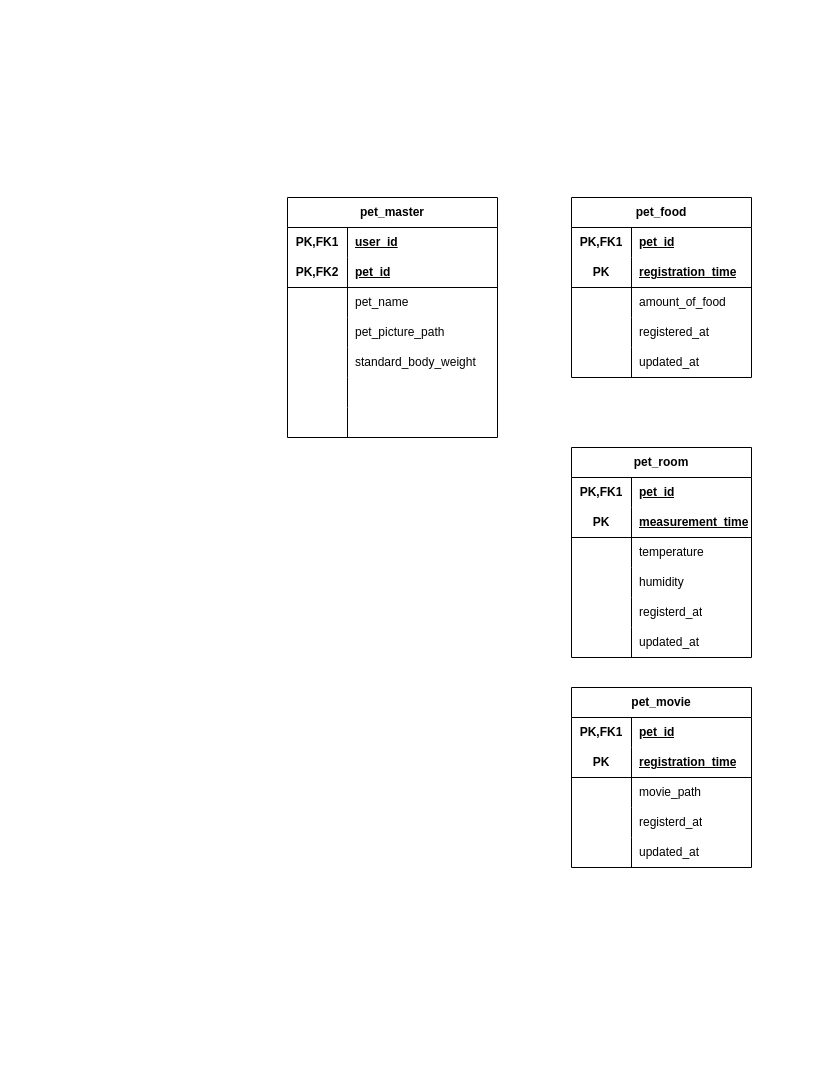
This is ER.drawio from knysi3/nas, a draw.io file, before an edit. Source tidied: cells renumbered, new cells numbered last; positions are measured from the earlier drawing's top-left corner, leaving out a move shared by most shapes. Both pictures are drawn from the tidied source at 100%, with x=0, y=0 at pixel (287, 197).
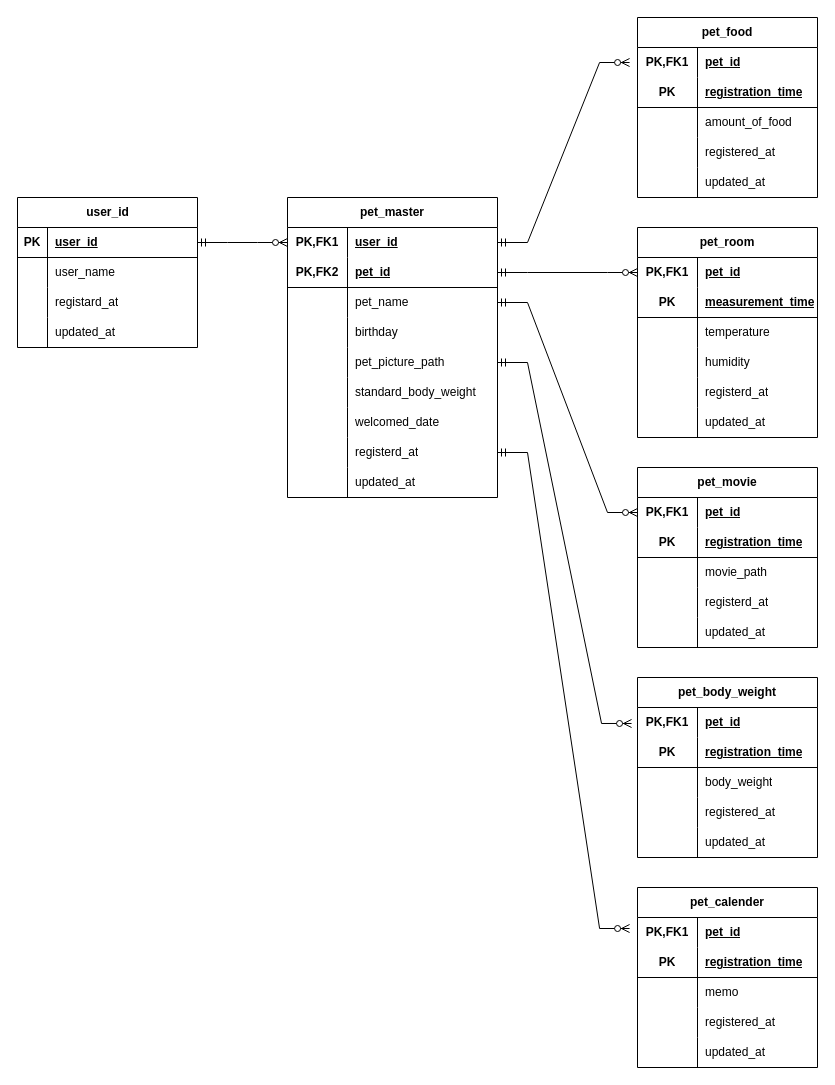
The same page after the edit.

Commit message (it also covers changes not shown here):
ER.drawio を更新します

Unchanged cells that the change refers to:
```xml
<mxCell id="3" style="shape=tableRow;horizontal=0;startSize=0;swimlaneHead=0;swimlaneBody=0;fillColor=none;points=[[0,0.5],[1,0.5]];portConstraint=eastwest;top=0;left=0;right=0;bottom=0;html=1;" parent="2" vertex="1">
  <mxGeometry y="30" width="210" height="30" as="geometry" />
</mxCell>
<mxCell id="6" style="shape=tableRow;horizontal=0;startSize=0;swimlaneHead=0;swimlaneBody=0;fillColor=none;points=[[0,0.5],[1,0.5]];portConstraint=eastwest;top=0;left=0;right=0;bottom=1;html=1;" parent="2" vertex="1">
  <mxGeometry y="60" width="210" height="30" as="geometry" />
</mxCell>
<mxCell id="9" style="shape=tableRow;horizontal=0;startSize=0;swimlaneHead=0;swimlaneBody=0;fillColor=none;points=[[0,0.5],[1,0.5]];portConstraint=eastwest;top=0;left=0;right=0;bottom=0;html=1;" parent="2" vertex="1">
  <mxGeometry y="90" width="210" height="30" as="geometry" />
</mxCell>
<mxCell id="25" style="shape=tableRow;horizontal=0;startSize=0;swimlaneHead=0;swimlaneBody=0;fillColor=none;points=[[0,0.5],[1,0.5]];portConstraint=eastwest;top=0;left=0;right=0;bottom=0;html=1;" parent="24" vertex="1">
  <mxGeometry y="30" width="180" height="30" as="geometry" />
</mxCell>
<mxCell id="41" style="shape=tableRow;horizontal=0;startSize=0;swimlaneHead=0;swimlaneBody=0;fillColor=none;points=[[0,0.5],[1,0.5]];portConstraint=eastwest;top=0;left=0;right=0;bottom=0;html=1;" parent="40" vertex="1">
  <mxGeometry y="30" width="180" height="30" as="geometry" />
</mxCell>
<mxCell id="60" style="shape=tableRow;horizontal=0;startSize=0;swimlaneHead=0;swimlaneBody=0;fillColor=none;points=[[0,0.5],[1,0.5]];portConstraint=eastwest;top=0;left=0;right=0;bottom=0;html=1;" parent="59" vertex="1">
  <mxGeometry y="30" width="180" height="30" as="geometry" />
</mxCell>
```

What changed in the source:
```diff
@@
     <mxCell id="2" value="pet_master" style="shape=table;startSize=30;childLayout=tableLayout;rowLines=0;fontStyle=1;align=center;html=1;whiteSpace=wrap;" parent="1" vertex="1">
-      <mxGeometry width="210" height="240" as="geometry" />
+      <mxGeometry width="210" height="300" as="geometry" />
     </mxCell>
@@
+    <mxCell id="75" style="shape=tableRow;horizontal=0;startSize=0;swimlaneHead=0;swimlaneBody=0;fillColor=none;top=0;left=0;right=0;bottom=0;html=1;" parent="2" vertex="1">
+      <mxGeometry y="120" width="210" height="30" as="geometry" />
+    </mxCell>
+    <mxCell id="76" style="shape=partialRectangle;fillColor=none;top=0;left=0;bottom=0;right=0;overflow=hidden;html=1;whiteSpace=wrap;" parent="75" vertex="1">
+      <mxGeometry width="60" height="30" as="geometry" />
+    </mxCell>
+    <mxCell id="77" value="birthday" style="shape=partialRectangle;fillColor=none;top=0;left=0;bottom=0;right=0;align=left;spacingLeft=6;overflow=hidden;html=1;whiteSpace=wrap;" parent="75" vertex="1">
+      <mxGeometry x="60" width="150" height="30" as="geometry" />
+    </mxCell>
     <mxCell id="12" style="shape=tableRow;horizontal=0;startSize=0;swimlaneHead=0;swimlaneBody=0;fillColor=none;points=[[0,0.5],[1,0.5]];portConstraint=eastwest;top=0;left=0;right=0;bottom=0;html=1;" parent="2" vertex="1">
-      <mxGeometry y="120" width="210" height="30" as="geometry" />
+      <mxGeometry y="150" width="210" height="30" as="geometry" />
     </mxCell>
@@
     <mxCell id="15" style="shape=tableRow;horizontal=0;startSize=0;swimlaneHead=0;swimlaneBody=0;fillColor=none;top=0;left=0;right=0;bottom=0;html=1;" parent="2" vertex="1">
-      <mxGeometry y="150" width="210" height="30" as="geometry" />
+      <mxGeometry y="180" width="210" height="30" as="geometry" />
     </mxCell>
@@
+    <mxCell id="78" style="shape=tableRow;horizontal=0;startSize=0;swimlaneHead=0;swimlaneBody=0;fillColor=none;top=0;left=0;right=0;bottom=0;html=1;" parent="2" vertex="1">
+      <mxGeometry y="210" width="210" height="30" as="geometry" />
+    </mxCell>
+    <mxCell id="79" style="shape=partialRectangle;fillColor=none;top=0;left=0;bottom=0;right=0;overflow=hidden;html=1;whiteSpace=wrap;" parent="78" vertex="1">
+      <mxGeometry width="60" height="30" as="geometry" />
+    </mxCell>
+    <mxCell id="80" value="welcomed_date" style="shape=partialRectangle;fillColor=none;top=0;left=0;bottom=0;right=0;align=left;spacingLeft=6;overflow=hidden;html=1;whiteSpace=wrap;" parent="78" vertex="1">
+      <mxGeometry x="60" width="150" height="30" as="geometry" />
+    </mxCell>
     <mxCell id="18" style="shape=tableRow;horizontal=0;startSize=0;swimlaneHead=0;swimlaneBody=0;fillColor=none;points=[[0,0.5],[1,0.5]];portConstraint=eastwest;top=0;left=0;right=0;bottom=0;html=1;" parent="2" vertex="1">
-      <mxGeometry y="180" width="210" height="30" as="geometry" />
+      <mxGeometry y="240" width="210" height="30" as="geometry" />
     </mxCell>
@@
-    <mxCell id="20" style="shape=partialRectangle;fillColor=none;top=0;left=0;bottom=0;right=0;align=left;spacingLeft=6;overflow=hidden;html=1;whiteSpace=wrap;" parent="18" vertex="1">
+    <mxCell id="20" value="registerd_at" style="shape=partialRectangle;fillColor=none;top=0;left=0;bottom=0;right=0;align=left;spacingLeft=6;overflow=hidden;html=1;whiteSpace=wrap;" parent="18" vertex="1">
       <mxGeometry x="60" width="150" height="30" as="geometry" />
     </mxCell>
     <mxCell id="21" style="shape=tableRow;horizontal=0;startSize=0;swimlaneHead=0;swimlaneBody=0;fillColor=none;top=0;left=0;right=0;bottom=0;html=1;" parent="2" vertex="1">
-      <mxGeometry y="210" width="210" height="30" as="geometry" />
+      <mxGeometry y="270" width="210" height="30" as="geometry" />
     </mxCell>
@@
-    <mxCell id="23" style="shape=partialRectangle;fillColor=none;top=0;left=0;bottom=0;right=0;align=left;spacingLeft=6;overflow=hidden;html=1;whiteSpace=wrap;" parent="21" vertex="1">
+    <mxCell id="23" value="updated_at" style="shape=partialRectangle;fillColor=none;top=0;left=0;bottom=0;right=0;align=left;spacingLeft=6;overflow=hidden;html=1;whiteSpace=wrap;" parent="21" vertex="1">
       <mxGeometry x="60" width="150" height="30" as="geometry" />
     </mxCell>
     <mxCell id="24" value="pet_food" style="shape=table;startSize=30;childLayout=tableLayout;rowLines=0;fontStyle=1;align=center;html=1;whiteSpace=wrap;" parent="1" vertex="1">
-      <mxGeometry x="284" width="180" height="180" as="geometry" />
+      <mxGeometry x="350" y="-180" width="180" height="180" as="geometry" />
     </mxCell>
@@
     <mxCell id="40" value="pet_room" style="shape=table;startSize=30;childLayout=tableLayout;rowLines=0;fontStyle=1;align=center;html=1;whiteSpace=wrap;" parent="1" vertex="1">
-      <mxGeometry x="284" y="250" width="180" height="210" as="geometry" />
+      <mxGeometry x="350" y="30" width="180" height="210" as="geometry" />
     </mxCell>
@@
     <mxCell id="59" value="pet_movie" style="shape=table;startSize=30;childLayout=tableLayout;rowLines=0;fontStyle=1;align=center;html=1;whiteSpace=wrap;" parent="1" vertex="1">
-      <mxGeometry x="284" y="490" width="180" height="180" as="geometry" />
+      <mxGeometry x="350" y="270" width="180" height="180" as="geometry" />
     </mxCell>
@@
+    <mxCell id="81" value="pet_calender" style="shape=table;startSize=30;childLayout=tableLayout;rowLines=0;fontStyle=1;align=center;html=1;whiteSpace=wrap;" parent="1" vertex="1">
+      <mxGeometry x="350" y="690" width="180" height="180" as="geometry" />
+    </mxCell>
+    <mxCell id="82" style="shape=tableRow;horizontal=0;startSize=0;swimlaneHead=0;swimlaneBody=0;fillColor=none;points=[[0,0.5],[1,0.5]];portConstraint=eastwest;top=0;left=0;right=0;bottom=0;html=1;" parent="81" vertex="1">
+      <mxGeometry y="30" width="180" height="30" as="geometry" />
+    </mxCell>
+    <mxCell id="83" value="PK,FK1" style="shape=partialRectangle;fillColor=none;top=0;left=0;bottom=0;right=0;fontStyle=1;overflow=hidden;html=1;whiteSpace=wrap;" parent="82" vertex="1">
+      <mxGeometry width="60" height="30" as="geometry" />
+    </mxCell>
+    <mxCell id="84" value="pet_id" style="shape=partialRectangle;fillColor=none;top=0;left=0;bottom=0;right=0;align=left;spacingLeft=6;fontStyle=5;overflow=hidden;html=1;whiteSpace=wrap;" parent="82" vertex="1">
+      <mxGeometry x="60" width="120" height="30" as="geometry" />
+    </mxCell>
+    <mxCell id="85" style="shape=tableRow;horizontal=0;startSize=0;swimlaneHead=0;swimlaneBody=0;fillColor=none;top=0;left=0;right=0;bottom=1;html=1;" parent="81" vertex="1">
+      <mxGeometry y="60" width="180" height="30" as="geometry" />
+    </mxCell>
+    <mxCell id="86" value="PK" style="shape=partialRectangle;fillColor=none;top=0;left=0;bottom=0;right=0;fontStyle=1;overflow=hidden;html=1;whiteSpace=wrap;" parent="85" vertex="1">
+      <mxGeometry width="60" height="30" as="geometry" />
+    </mxCell>
+    <mxCell id="87" value="registration_time" style="shape=partialRectangle;fillColor=none;top=0;left=0;bottom=0;right=0;align=left;spacingLeft=6;fontStyle=5;overflow=hidden;html=1;whiteSpace=wrap;" parent="85" vertex="1">
+      <mxGeometry x="60" width="120" height="30" as="geometry" />
+    </mxCell>
+    <mxCell id="88" style="shape=tableRow;horizontal=0;startSize=0;swimlaneHead=0;swimlaneBody=0;fillColor=none;top=0;left=0;right=0;bottom=0;html=1;" parent="81" vertex="1">
+      <mxGeometry y="90" width="180" height="30" as="geometry" />
+    </mxCell>
+    <mxCell id="89" style="shape=partialRectangle;fillColor=none;top=0;left=0;bottom=0;right=0;overflow=hidden;html=1;whiteSpace=wrap;" parent="88" vertex="1">
+      <mxGeometry width="60" height="30" as="geometry" />
+    </mxCell>
+    <mxCell id="90" value="memo" style="shape=partialRectangle;fillColor=none;top=0;left=0;bottom=0;right=0;align=left;spacingLeft=6;overflow=hidden;html=1;whiteSpace=wrap;" parent="88" vertex="1">
+      <mxGeometry x="60" width="120" height="30" as="geometry" />
+    </mxCell>
+    <mxCell id="91" style="shape=tableRow;horizontal=0;startSize=0;swimlaneHead=0;swimlaneBody=0;fillColor=none;top=0;left=0;right=0;bottom=0;html=1;" parent="81" vertex="1">
+      <mxGeometry y="120" width="180" height="30" as="geometry" />
+    </mxCell>
+    <mxCell id="92" style="shape=partialRectangle;fillColor=none;top=0;left=0;bottom=0;right=0;overflow=hidden;html=1;whiteSpace=wrap;" parent="91" vertex="1">
+      <mxGeometry width="60" height="30" as="geometry" />
+    </mxCell>
+    <mxCell id="93" value="registered_at" style="shape=partialRectangle;fillColor=none;top=0;left=0;bottom=0;right=0;align=left;spacingLeft=6;overflow=hidden;html=1;whiteSpace=wrap;" parent="91" vertex="1">
+      <mxGeometry x="60" width="120" height="30" as="geometry" />
+    </mxCell>
+    <mxCell id="94" style="shape=tableRow;horizontal=0;startSize=0;swimlaneHead=0;swimlaneBody=0;fillColor=none;top=0;left=0;right=0;bottom=0;html=1;" parent="81" vertex="1">
+      <mxGeometry y="150" width="180" height="30" as="geometry" />
+    </mxCell>
+    <mxCell id="95" style="shape=partialRectangle;fillColor=none;top=0;left=0;bottom=0;right=0;overflow=hidden;html=1;whiteSpace=wrap;" parent="94" vertex="1">
+      <mxGeometry width="60" height="30" as="geometry" />
+    </mxCell>
+    <mxCell id="96" value="updated_at" style="shape=partialRectangle;fillColor=none;top=0;left=0;bottom=0;right=0;align=left;spacingLeft=6;overflow=hidden;html=1;whiteSpace=wrap;" parent="94" vertex="1">
+      <mxGeometry x="60" width="120" height="30" as="geometry" />
+    </mxCell>
+    <mxCell id="97" value="pet_body_weight" style="shape=table;startSize=30;childLayout=tableLayout;rowLines=0;fontStyle=1;align=center;html=1;whiteSpace=wrap;" parent="1" vertex="1">
+      <mxGeometry x="350" y="480" width="180" height="180" as="geometry" />
+    </mxCell>
+    <mxCell id="98" style="shape=tableRow;horizontal=0;startSize=0;swimlaneHead=0;swimlaneBody=0;fillColor=none;points=[[0,0.5],[1,0.5]];portConstraint=eastwest;top=0;left=0;right=0;bottom=0;html=1;" parent="97" vertex="1">
+      <mxGeometry y="30" width="180" height="30" as="geometry" />
+    </mxCell>
+    <mxCell id="99" value="PK,FK1" style="shape=partialRectangle;fillColor=none;top=0;left=0;bottom=0;right=0;fontStyle=1;overflow=hidden;html=1;whiteSpace=wrap;" parent="98" vertex="1">
+      <mxGeometry width="60" height="30" as="geometry" />
+    </mxCell>
+    <mxCell id="100" value="pet_id" style="shape=partialRectangle;fillColor=none;top=0;left=0;bottom=0;right=0;align=left;spacingLeft=6;fontStyle=5;overflow=hidden;html=1;whiteSpace=wrap;" parent="98" vertex="1">
+      <mxGeometry x="60" width="120" height="30" as="geometry" />
+    </mxCell>
+    <mxCell id="101" style="shape=tableRow;horizontal=0;startSize=0;swimlaneHead=0;swimlaneBody=0;fillColor=none;top=0;left=0;right=0;bottom=1;html=1;" parent="97" vertex="1">
+      <mxGeometry y="60" width="180" height="30" as="geometry" />
+    </mxCell>
+    <mxCell id="102" value="PK" style="shape=partialRectangle;fillColor=none;top=0;left=0;bottom=0;right=0;fontStyle=1;overflow=hidden;html=1;whiteSpace=wrap;" parent="101" vertex="1">
+      <mxGeometry width="60" height="30" as="geometry" />
+    </mxCell>
+    <mxCell id="103" value="registration_time" style="shape=partialRectangle;fillColor=none;top=0;left=0;bottom=0;right=0;align=left;spacingLeft=6;fontStyle=5;overflow=hidden;html=1;whiteSpace=wrap;" parent="101" vertex="1">
+      <mxGeometry x="60" width="120" height="30" as="geometry" />
+    </mxCell>
+    <mxCell id="104" style="shape=tableRow;horizontal=0;startSize=0;swimlaneHead=0;swimlaneBody=0;fillColor=none;top=0;left=0;right=0;bottom=0;html=1;" parent="97" vertex="1">
+      <mxGeometry y="90" width="180" height="30" as="geometry" />
+    </mxCell>
+    <mxCell id="105" style="shape=partialRectangle;fillColor=none;top=0;left=0;bottom=0;right=0;overflow=hidden;html=1;whiteSpace=wrap;" parent="104" vertex="1">
+      <mxGeometry width="60" height="30" as="geometry" />
+    </mxCell>
+    <mxCell id="106" value="body_weight" style="shape=partialRectangle;fillColor=none;top=0;left=0;bottom=0;right=0;align=left;spacingLeft=6;overflow=hidden;html=1;whiteSpace=wrap;" parent="104" vertex="1">
+      <mxGeometry x="60" width="120" height="30" as="geometry" />
+    </mxCell>
+    <mxCell id="107" style="shape=tableRow;horizontal=0;startSize=0;swimlaneHead=0;swimlaneBody=0;fillColor=none;top=0;left=0;right=0;bottom=0;html=1;" parent="97" vertex="1">
+      <mxGeometry y="120" width="180" height="30" as="geometry" />
+    </mxCell>
+    <mxCell id="108" style="shape=partialRectangle;fillColor=none;top=0;left=0;bottom=0;right=0;overflow=hidden;html=1;whiteSpace=wrap;" parent="107" vertex="1">
+      <mxGeometry width="60" height="30" as="geometry" />
+    </mxCell>
+    <mxCell id="109" value="registered_at" style="shape=partialRectangle;fillColor=none;top=0;left=0;bottom=0;right=0;align=left;spacingLeft=6;overflow=hidden;html=1;whiteSpace=wrap;" parent="107" vertex="1">
+      <mxGeometry x="60" width="120" height="30" as="geometry" />
+    </mxCell>
+    <mxCell id="110" style="shape=tableRow;horizontal=0;startSize=0;swimlaneHead=0;swimlaneBody=0;fillColor=none;top=0;left=0;right=0;bottom=0;html=1;" parent="97" vertex="1">
+      <mxGeometry y="150" width="180" height="30" as="geometry" />
+    </mxCell>
+    <mxCell id="111" style="shape=partialRectangle;fillColor=none;top=0;left=0;bottom=0;right=0;overflow=hidden;html=1;whiteSpace=wrap;" parent="110" vertex="1">
+      <mxGeometry width="60" height="30" as="geometry" />
+    </mxCell>
+    <mxCell id="112" value="updated_at" style="shape=partialRectangle;fillColor=none;top=0;left=0;bottom=0;right=0;align=left;spacingLeft=6;overflow=hidden;html=1;whiteSpace=wrap;" parent="110" vertex="1">
+      <mxGeometry x="60" width="120" height="30" as="geometry" />
+    </mxCell>
+    <mxCell id="113" style="edgeStyle=entityRelationEdgeStyle;fontSize=12;html=1;endArrow=ERzeroToMany;startArrow=ERmandOne;rounded=0;exitX=1;exitY=0.5;exitDx=0;exitDy=0;entryX=-0.044;entryY=0.5;entryDx=0;entryDy=0;entryPerimeter=0;" parent="1" edge="1" source="3" target="25">
+      <mxGeometry relative="1" as="geometry" />
+    </mxCell>
+    <mxCell id="114" style="edgeStyle=entityRelationEdgeStyle;fontSize=12;html=1;endArrow=ERzeroToMany;startArrow=ERmandOne;rounded=0;exitX=1;exitY=0.5;exitDx=0;exitDy=0;entryX=0;entryY=0.5;entryDx=0;entryDy=0;" parent="1" edge="1" source="6" target="41">
+      <mxGeometry relative="1" as="geometry" />
+    </mxCell>
+    <mxCell id="115" style="edgeStyle=entityRelationEdgeStyle;fontSize=12;html=1;endArrow=ERzeroToMany;startArrow=ERmandOne;rounded=0;exitX=1;exitY=0.5;exitDx=0;exitDy=0;entryX=-0.044;entryY=0.367;entryDx=0;entryDy=0;entryPerimeter=0;" parent="1" edge="1" source="18" target="82">
+      <mxGeometry relative="1" as="geometry" />
+    </mxCell>
+    <mxCell id="116" style="edgeStyle=entityRelationEdgeStyle;fontSize=12;html=1;endArrow=ERzeroToMany;startArrow=ERmandOne;rounded=0;exitX=1;exitY=0.5;exitDx=0;exitDy=0;entryX=-0.033;entryY=0.533;entryDx=0;entryDy=0;entryPerimeter=0;" parent="1" edge="1" source="12" target="98">
+      <mxGeometry relative="1" as="geometry" />
+    </mxCell>
+    <mxCell id="117" style="edgeStyle=entityRelationEdgeStyle;fontSize=12;html=1;endArrow=ERzeroToMany;startArrow=ERmandOne;rounded=0;exitX=1;exitY=0.5;exitDx=0;exitDy=0;entryX=0;entryY=0.5;entryDx=0;entryDy=0;" parent="1" edge="1" source="9" target="60">
+      <mxGeometry relative="1" as="geometry" />
+    </mxCell>
+    <mxCell id="118" value="user_id" style="shape=table;startSize=30;childLayout=tableLayout;rowLines=0;fontStyle=1;align=center;html=1;" parent="1" vertex="1">
+      <mxGeometry x="-270" width="180" height="150" as="geometry" />
+    </mxCell>
+    <mxCell id="119" style="shape=tableRow;horizontal=0;startSize=0;swimlaneHead=0;swimlaneBody=0;fillColor=none;points=[[0,0.5],[1,0.5]];portConstraint=eastwest;top=0;left=0;right=0;bottom=1;" parent="118" vertex="1">
+      <mxGeometry y="30" width="180" height="30" as="geometry" />
+    </mxCell>
+    <mxCell id="120" value="PK" style="shape=partialRectangle;fillColor=none;top=0;left=0;bottom=0;right=0;fontStyle=1;overflow=hidden;whiteSpace=wrap;html=1;" parent="119" vertex="1">
+      <mxGeometry width="30" height="30" as="geometry" />
+    </mxCell>
+    <mxCell id="121" value="user_id" style="shape=partialRectangle;fillColor=none;top=0;left=0;bottom=0;right=0;align=left;spacingLeft=6;fontStyle=5;overflow=hidden;whiteSpace=wrap;html=1;" parent="119" vertex="1">
+      <mxGeometry x="30" width="150" height="30" as="geometry" />
+    </mxCell>
+    <mxCell id="122" style="shape=tableRow;horizontal=0;startSize=0;swimlaneHead=0;swimlaneBody=0;fillColor=none;top=0;left=0;right=0;bottom=0;" parent="118" vertex="1">
+      <mxGeometry y="60" width="180" height="30" as="geometry" />
+    </mxCell>
+    <mxCell id="123" style="shape=partialRectangle;fillColor=none;top=0;left=0;bottom=0;right=0;overflow=hidden;whiteSpace=wrap;html=1;" parent="122" vertex="1">
+      <mxGeometry width="30" height="30" as="geometry" />
+    </mxCell>
+    <mxCell id="124" value="user_name" style="shape=partialRectangle;fillColor=none;top=0;left=0;bottom=0;right=0;align=left;spacingLeft=6;overflow=hidden;whiteSpace=wrap;html=1;" parent="122" vertex="1">
+      <mxGeometry x="30" width="150" height="30" as="geometry" />
+    </mxCell>
+    <mxCell id="125" style="shape=tableRow;horizontal=0;startSize=0;swimlaneHead=0;swimlaneBody=0;fillColor=none;top=0;left=0;right=0;bottom=0;" parent="118" vertex="1">
+      <mxGeometry y="90" width="180" height="30" as="geometry" />
+    </mxCell>
+    <mxCell id="126" style="shape=partialRectangle;fillColor=none;top=0;left=0;bottom=0;right=0;overflow=hidden;whiteSpace=wrap;html=1;" parent="125" vertex="1">
+      <mxGeometry width="30" height="30" as="geometry" />
+    </mxCell>
+    <mxCell id="127" value="registard_at" style="shape=partialRectangle;fillColor=none;top=0;left=0;bottom=0;right=0;align=left;spacingLeft=6;overflow=hidden;whiteSpace=wrap;html=1;" parent="125" vertex="1">
+      <mxGeometry x="30" width="150" height="30" as="geometry" />
+    </mxCell>
+    <mxCell id="128" style="shape=tableRow;horizontal=0;startSize=0;swimlaneHead=0;swimlaneBody=0;fillColor=none;top=0;left=0;right=0;bottom=0;" parent="118" vertex="1">
+      <mxGeometry y="120" width="180" height="30" as="geometry" />
+    </mxCell>
+    <mxCell id="129" style="shape=partialRectangle;fillColor=none;top=0;left=0;bottom=0;right=0;overflow=hidden;whiteSpace=wrap;html=1;" parent="128" vertex="1">
+      <mxGeometry width="30" height="30" as="geometry" />
+    </mxCell>
+    <mxCell id="130" value="updated_at" style="shape=partialRectangle;fillColor=none;top=0;left=0;bottom=0;right=0;align=left;spacingLeft=6;overflow=hidden;whiteSpace=wrap;html=1;" parent="128" vertex="1">
+      <mxGeometry x="30" width="150" height="30" as="geometry" />
+    </mxCell>
+    <mxCell id="131" style="edgeStyle=entityRelationEdgeStyle;fontSize=12;html=1;endArrow=ERzeroToMany;startArrow=ERmandOne;rounded=0;exitX=1;exitY=0.5;exitDx=0;exitDy=0;entryX=0;entryY=0.5;entryDx=0;entryDy=0;" parent="1" edge="1" source="119" target="3">
+      <mxGeometry relative="1" as="geometry" />
+    </mxCell>
```
